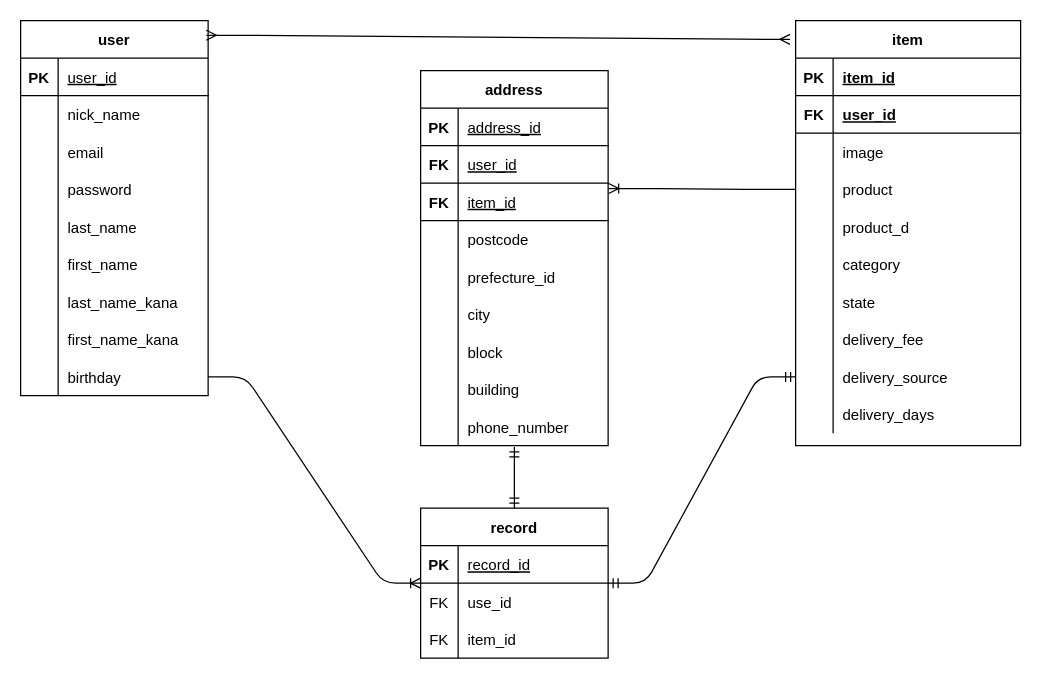
The draw.io diagram furima.dio in e-yamamoto0032/furima-32870, before the edit. Source tidied: cells renumbered, new cells numbered last; positions are measured from the earlier drawing's top-left corner, leaving out a move shared by most shapes. Both pictures are drawn from the tidied source at 125%, with x=0, y=0 at pixel (20, 20).
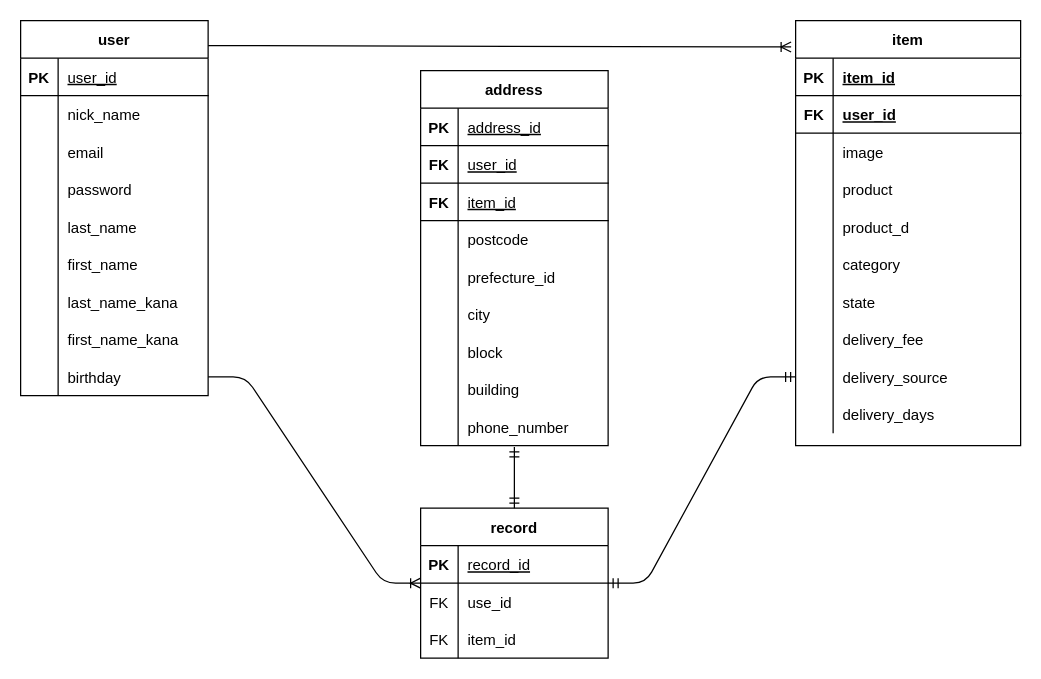
The same page after the edit.

The change refers to these unchanged cells:
```xml
<mxCell id="2" value="user" style="shape=table;startSize=30;childLayout=tableLayout;rowLines=0;fontStyle=1;align=center;" parent="1" vertex="1">
  <mxGeometry width="150" height="300" as="geometry" />
</mxCell>
<mxCell id="30" value="item" style="shape=table;startSize=30;childLayout=tableLayout;rowLines=0;fontStyle=1;align=center;" parent="1" vertex="1">
  <mxGeometry x="620" width="180" height="340" as="geometry" />
</mxCell>
<mxCell id="40" style="shape=partialRectangle;fillColor=none;top=0;left=0;bottom=0;right=0;points=[[0,0.5],[1,0.5]];portConstraint=eastwest;" parent="30" vertex="1">
  <mxGeometry y="120" width="180" height="30" as="geometry" />
</mxCell>
<mxCell id="68" style="shape=partialRectangle;fillColor=none;top=0;left=0;bottom=1;right=0;points=[[0,0.5],[1,0.5]];portConstraint=eastwest;" parent="61" vertex="1">
  <mxGeometry y="90" width="150" height="30" as="geometry" />
</mxCell>
```

Diff of the diagram source:
```diff
@@
-    <mxCell id="99" style="edgeStyle=entityRelationEdgeStyle;fontSize=12;html=1;endArrow=ERoneToMany;exitX=0;exitY=0.5;exitDx=0;exitDy=0;entryX=1.003;entryY=0.144;entryDx=0;entryDy=0;entryPerimeter=0;" parent="1" edge="1" source="40" target="68">
-      <mxGeometry relative="1" as="geometry" />
-    </mxCell>
@@
-    <mxCell id="101" style="edgeStyle=entityRelationEdgeStyle;fontSize=12;html=1;endArrow=ERmany;startArrow=ERmany;exitX=0.99;exitY=0.039;exitDx=0;exitDy=0;exitPerimeter=0;entryX=-0.025;entryY=0.044;entryDx=0;entryDy=0;entryPerimeter=0;" parent="1" edge="1" source="2" target="30">
-      <mxGeometry relative="1" as="geometry" />
-    </mxCell>
@@
+    <mxCell id="104" style="edgeStyle=entityRelationEdgeStyle;fontSize=12;html=1;endArrow=ERoneToMany;entryX=-0.02;entryY=0.062;entryDx=0;entryDy=0;entryPerimeter=0;" parent="1" edge="1" target="30">
+      <mxGeometry relative="1" as="geometry">
+        <mxPoint x="150" y="20" as="sourcePoint" />
+      </mxGeometry>
+    </mxCell>
```
